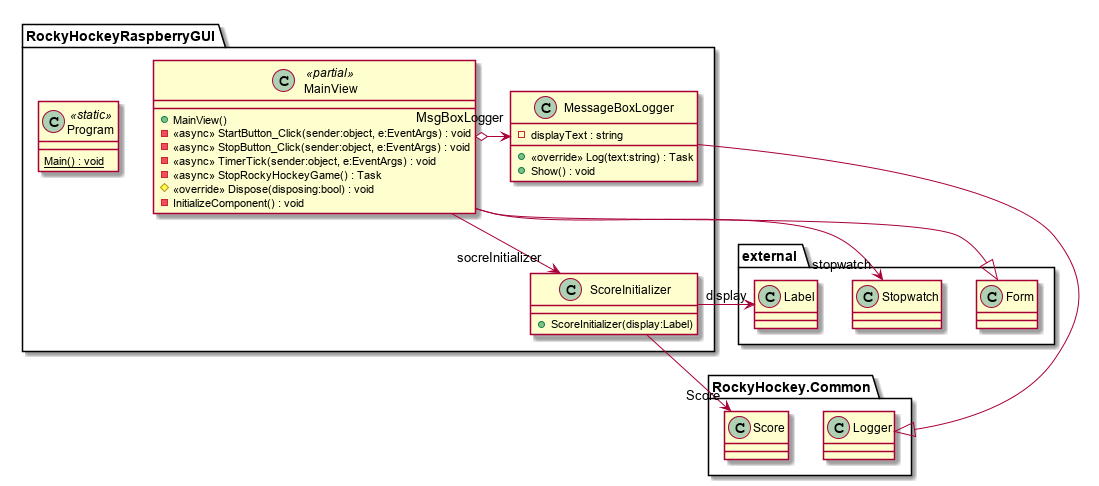
Before: diagrams/RockyHockeyRaspberryGUI.png, a diagram exported from PlantUML (R-Studios/Rocky-Hockey-IV).
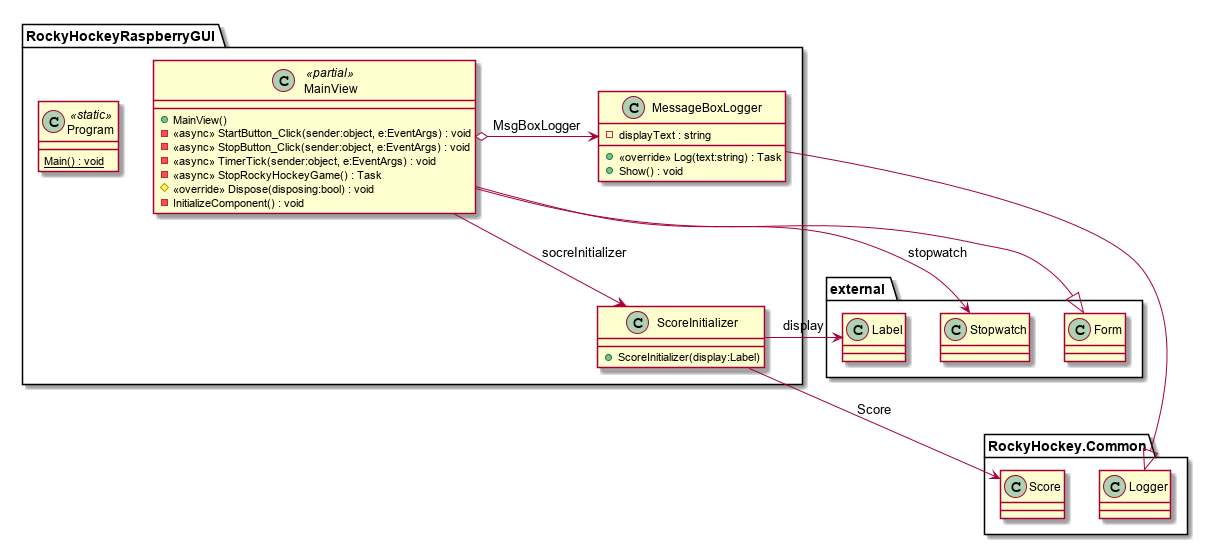
Later version of the same file.

The edit, as a diff of the source:
```diff
@@ -8,9 +8,9 @@
 	    - <<async>> StopRockyHockeyGame() : Task
 	}
 	external.Form <|-- MainView
-	MainView --> "stopwatch" external.Stopwatch
-	MainView --> "socreInitializer" ScoreInitializer
-	MainView o-> "MsgBoxLogger" MessageBoxLogger
+	MainView --> external.Stopwatch : stopwatch
+	MainView --> ScoreInitializer : socreInitializer
+	MainView o-> MessageBoxLogger : MsgBoxLogger
 }
 namespace RockyHockeyRaspberryGUI {
 	class MainView <<partial>> {
@@ -35,7 +35,7 @@
 	class ScoreInitializer {
 	    + ScoreInitializer(display:Label)
 	}
-	ScoreInitializer --> "display" external.Label
-	ScoreInitializer --> "Score" RockyHockey.Common.Score
+	ScoreInitializer --> external.Label : display
+	ScoreInitializer --> RockyHockey.Common.Score : Score
 }
 @enduml
```
